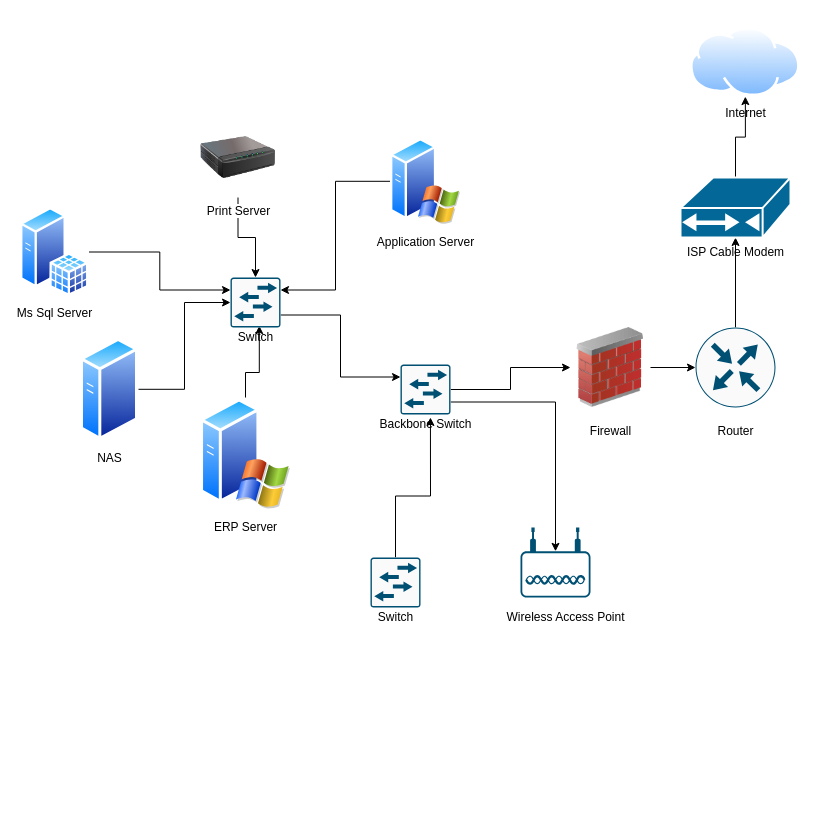
Above: Untitled Diagram.drawio in kachun8051/networkdiagram (draw.io), before the change. Source tidied: cells renumbered, new cells numbered last; positions are measured from the earlier drawing's top-left corner, leaving out a move shared by most shapes. Both pictures are drawn from the tidied source at 100%, with x=0, y=0 at pixel (20, 27).
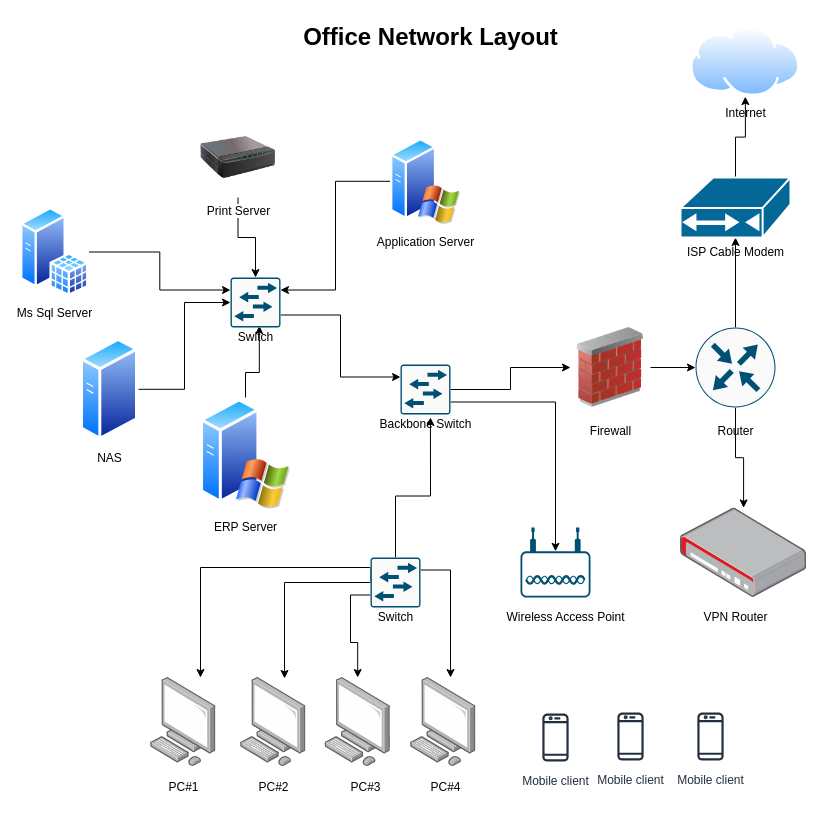
After the change.

Unchanged cells that the change refers to:
```xml
<mxCell id="3" style="sketch=0;points=[[0.5,0,0],[1,0.5,0],[0.5,1,0],[0,0.5,0],[0.145,0.145,0],[0.8555,0.145,0],[0.855,0.8555,0],[0.145,0.855,0]];verticalLabelPosition=bottom;html=1;verticalAlign=top;align=center;shape=mxgraph.cisco19.rect;prIcon=router;fillColor=#FAFAFA;strokeColor=#005073;" parent="1" vertex="1">
  <mxGeometry x="675" y="300" width="80" height="80" as="geometry" />
</mxCell>
<mxCell id="32" style="sketch=0;points=[[0.015,0.015,0],[0.985,0.015,0],[0.985,0.985,0],[0.015,0.985,0],[0.25,0,0],[0.5,0,0],[0.75,0,0],[1,0.25,0],[1,0.5,0],[1,0.75,0],[0.75,1,0],[0.5,1,0],[0.25,1,0],[0,0.75,0],[0,0.5,0],[0,0.25,0]];verticalLabelPosition=bottom;html=1;verticalAlign=top;align=center;shape=mxgraph.cisco19.rect;prIcon=l2_switch;fillColor=#FAFAFA;strokeColor=#005073;" parent="1" vertex="1">
  <mxGeometry x="350" y="530" width="50" height="50" as="geometry" />
</mxCell>
```

Change to the diagram source:
```diff
@@
+    <mxCell id="34" style="edgeStyle=orthogonalEdgeStyle;rounded=0;jettySize=auto;html=1;exitX=0.5;exitY=1;exitDx=0;exitDy=0;exitPerimeter=0;" parent="1" edge="1" source="3" target="50">
+      <mxGeometry relative="1" as="geometry" />
+    </mxCell>
@@
+    <mxCell id="35" style="edgeStyle=orthogonalEdgeStyle;rounded=0;jettySize=auto;html=1;exitX=0;exitY=0.5;exitDx=0;exitDy=0;exitPerimeter=0;" parent="1" edge="1" source="32" target="39">
+      <mxGeometry relative="1" as="geometry">
+        <Array as="points">
+          <mxPoint x="350" y="540" />
+          <mxPoint x="180" y="540" />
+        </Array>
+      </mxGeometry>
+    </mxCell>
+    <mxCell id="36" style="edgeStyle=orthogonalEdgeStyle;rounded=0;jettySize=auto;html=1;exitX=0;exitY=0.5;exitDx=0;exitDy=0;exitPerimeter=0;entryX=0.671;entryY=0.011;entryDx=0;entryDy=0;entryPerimeter=0;" parent="1" edge="1" source="32" target="40">
+      <mxGeometry relative="1" as="geometry" />
+    </mxCell>
+    <mxCell id="37" style="edgeStyle=orthogonalEdgeStyle;rounded=0;jettySize=auto;html=1;exitX=1;exitY=0.25;exitDx=0;exitDy=0;exitPerimeter=0;entryX=0.61;entryY=0;entryDx=0;entryDy=0;entryPerimeter=0;" parent="1" edge="1" source="32" target="42">
+      <mxGeometry relative="1" as="geometry" />
+    </mxCell>
+    <mxCell id="38" style="edgeStyle=orthogonalEdgeStyle;rounded=0;jettySize=auto;html=1;exitX=0;exitY=0.75;exitDx=0;exitDy=0;exitPerimeter=0;" parent="1" edge="1" source="32" target="41">
+      <mxGeometry relative="1" as="geometry" />
+    </mxCell>
@@
+    <mxCell id="39" style="points=[];html=1;align=center;shadow=0;dashed=0;image;image=img/lib/allied_telesis/computer_and_terminals/Personal_Computer.svg;" parent="1" vertex="1">
+      <mxGeometry x="130" y="650" width="65.6" height="88.9" as="geometry" />
+    </mxCell>
+    <mxCell id="40" style="points=[];html=1;align=center;shadow=0;dashed=0;image;image=img/lib/allied_telesis/computer_and_terminals/Personal_Computer.svg;" parent="1" vertex="1">
+      <mxGeometry x="220" y="650" width="65.6" height="88.9" as="geometry" />
+    </mxCell>
+    <mxCell id="41" style="points=[];html=1;align=center;shadow=0;dashed=0;image;image=img/lib/allied_telesis/computer_and_terminals/Personal_Computer.svg;" parent="1" vertex="1">
+      <mxGeometry x="304.4" y="650" width="65.6" height="88.9" as="geometry" />
+    </mxCell>
+    <mxCell id="42" style="points=[];html=1;align=center;shadow=0;dashed=0;image;image=img/lib/allied_telesis/computer_and_terminals/Personal_Computer.svg;" parent="1" vertex="1">
+      <mxGeometry x="390" y="650" width="65.6" height="88.9" as="geometry" />
+    </mxCell>
+    <mxCell id="43" value="Mobile client" style="sketch=0;fontColor=#232F3E;gradientColor=none;strokeColor=#232F3E;fillColor=#ffffff;dashed=0;verticalLabelPosition=bottom;verticalAlign=top;align=center;html=1;fontSize=12;fontStyle=0;shape=mxgraph.aws4.resourceIcon;resIcon=mxgraph.aws4.mobile_client;" parent="1" vertex="1">
+      <mxGeometry x="580" y="679" width="60" height="60" as="geometry" />
+    </mxCell>
+    <mxCell id="44" value="Mobile client" style="sketch=0;fontColor=#232F3E;gradientColor=none;strokeColor=#232F3E;fillColor=#ffffff;dashed=0;verticalLabelPosition=bottom;verticalAlign=top;align=center;html=1;fontSize=12;fontStyle=0;shape=mxgraph.aws4.resourceIcon;resIcon=mxgraph.aws4.mobile_client;" parent="1" vertex="1">
+      <mxGeometry x="660" y="679" width="60" height="60" as="geometry" />
+    </mxCell>
+    <mxCell id="45" value="Mobile client" style="sketch=0;fontColor=#232F3E;gradientColor=none;strokeColor=#232F3E;fillColor=#ffffff;dashed=0;verticalLabelPosition=bottom;verticalAlign=top;align=center;html=1;fontSize=12;fontStyle=0;shape=mxgraph.aws4.resourceIcon;resIcon=mxgraph.aws4.mobile_client;" parent="1" vertex="1">
+      <mxGeometry x="505" y="680" width="60" height="60" as="geometry" />
+    </mxCell>
+    <mxCell id="46" value="PC#1" style="text;html=1;align=center;verticalAlign=middle;strokeColor=none;fillColor=none;" parent="1" vertex="1">
+      <mxGeometry x="137.8" y="750" width="50" height="20" as="geometry" />
+    </mxCell>
+    <mxCell id="47" value="PC#2" style="text;html=1;align=center;verticalAlign=middle;strokeColor=none;fillColor=none;" parent="1" vertex="1">
+      <mxGeometry x="227.8" y="750" width="50" height="20" as="geometry" />
+    </mxCell>
+    <mxCell id="48" value="PC#3" style="text;html=1;align=center;verticalAlign=middle;strokeColor=none;fillColor=none;" parent="1" vertex="1">
+      <mxGeometry x="320" y="750" width="50" height="20" as="geometry" />
+    </mxCell>
+    <mxCell id="49" value="PC#4" style="text;html=1;align=center;verticalAlign=middle;strokeColor=none;fillColor=none;" parent="1" vertex="1">
+      <mxGeometry x="400" y="750" width="50" height="20" as="geometry" />
+    </mxCell>
+    <mxCell id="50" style="points=[];html=1;align=center;shadow=0;dashed=0;image;image=img/lib/allied_telesis/security/Router_VPN.svg;" parent="1" vertex="1">
+      <mxGeometry x="660" y="480.4" width="126.2" height="89.6" as="geometry" />
+    </mxCell>
+    <mxCell id="51" value="VPN Router" style="text;html=1;align=center;verticalAlign=middle;strokeColor=none;fillColor=none;" parent="1" vertex="1">
+      <mxGeometry x="675" y="580" width="80" height="20" as="geometry" />
+    </mxCell>
+    <mxCell id="52" value="Office Network Layout" style="text;strokeColor=none;fillColor=none;html=1;fontSize=24;fontStyle=1;verticalAlign=middle;align=center;" parent="1" vertex="1">
+      <mxGeometry x="360" y="-10" width="100" height="40" as="geometry" />
+    </mxCell>
```
